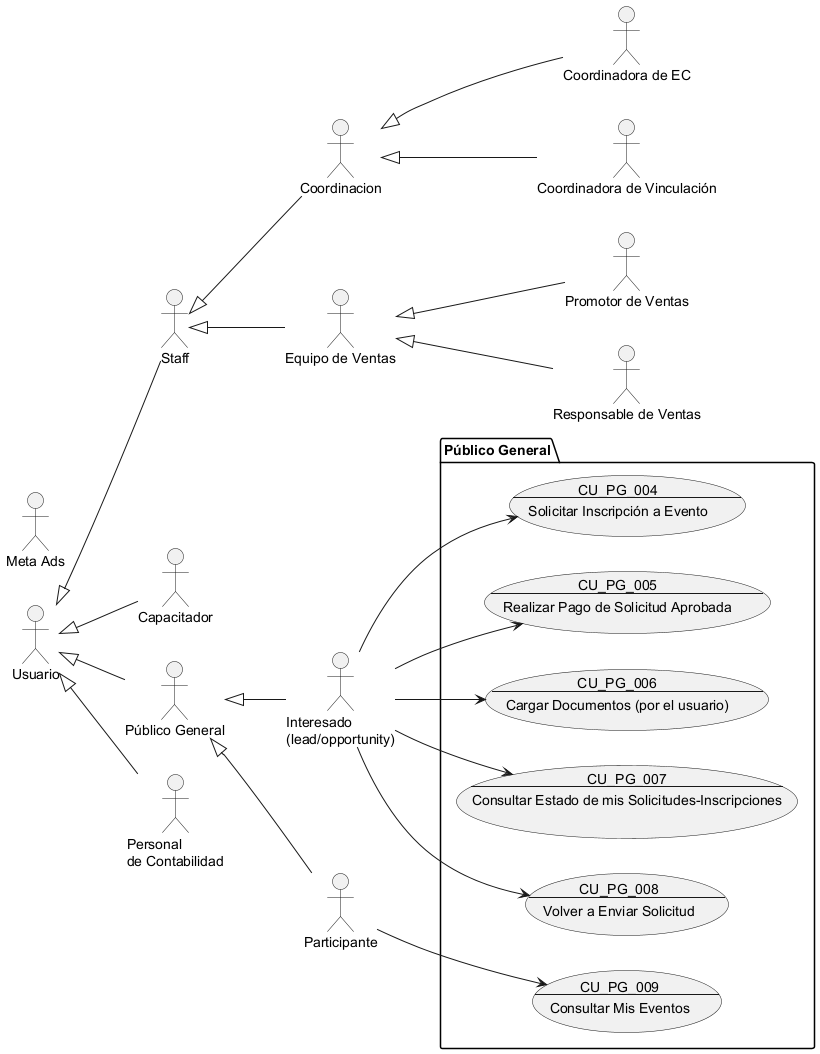
The PlantUML diagram Docs/Requerimientos/Diagramas/img/Público General.png in Proyectos-Vinculacion-FMAT/ECFCA, before a commit.
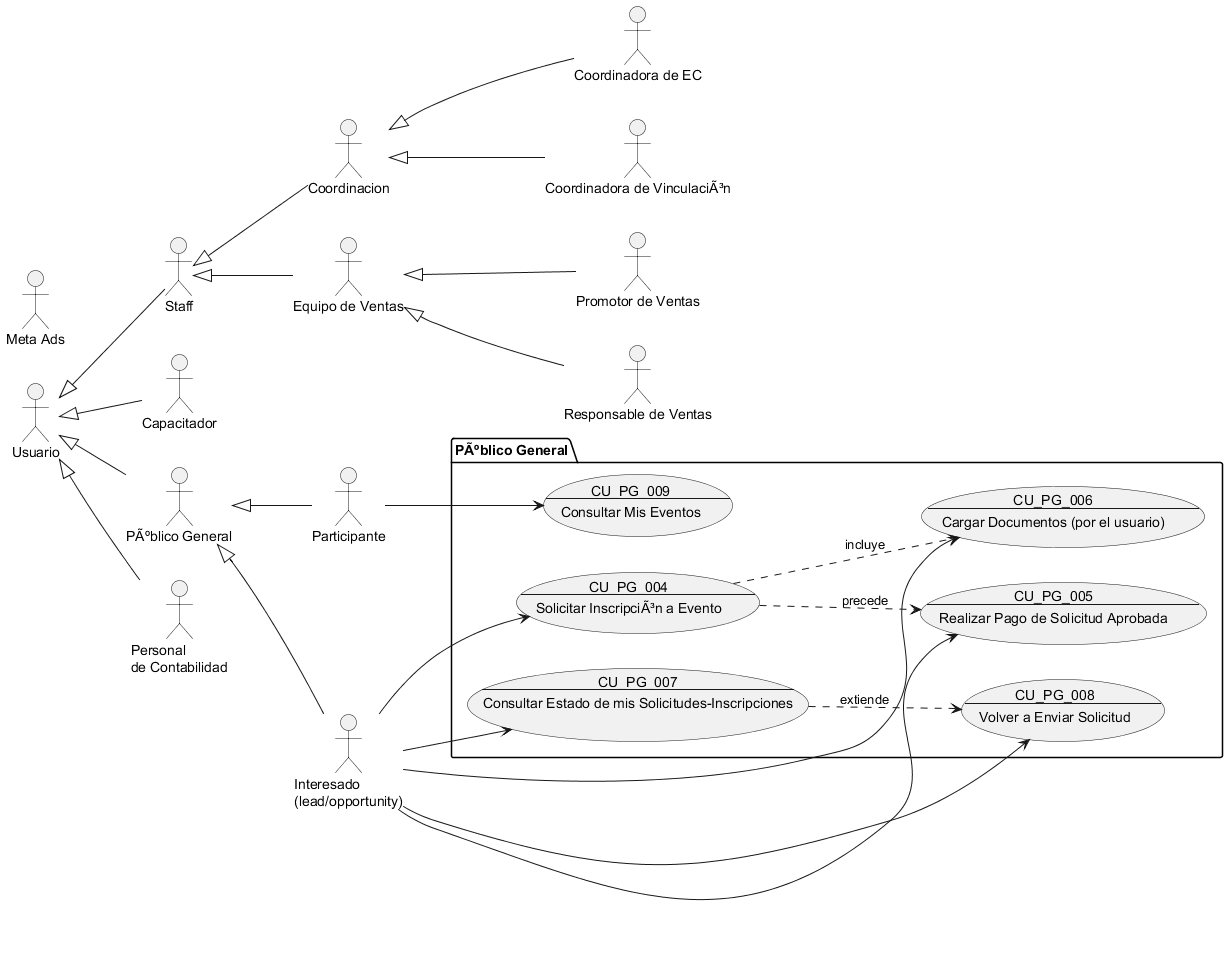
The same diagram one commit later.

What changed in the source:
```diff
@@ -1,17 +1,12 @@
-@startuml Público General
+@startuml PÃºblico General
 
 !include Actores.puml
 
-package "Público General" {
+package "PÃºblico General" {
     usecase CU_PG_004 as "
     CU_PG_004
     ---
-    Solicitar Inscripción a Evento
-    "
-    usecase CU_PG_005 as "
-    CU_PG_005
-    ---
-    Realizar Pago de Solicitud Aprobada
+    Solicitar InscripciÃ³n a Evento
     "
     usecase CU_PG_006 as "
     CU_PG_006
@@ -28,6 +23,12 @@
     ---
     Volver a Enviar Solicitud
     "
+    usecase CU_PG_005 as "
+    CU_PG_005
+    ---
+    Realizar Pago de Solicitud Aprobada
+    "
+
     usecase CU_PG_009 as "
     CU_PG_009
     ---
@@ -35,11 +36,16 @@
     "
 }
 
-Participante --> CU_PG_009
 Interesado --> CU_PG_004
-Interesado --> CU_PG_005
 Interesado --> CU_PG_006
 Interesado --> CU_PG_007
 Interesado --> CU_PG_008
+Interesado --> CU_PG_005
+
+Participante --> CU_PG_009
+
+CU_PG_004 ..> CU_PG_006 : incluye
+CU_PG_007 ..> CU_PG_008 : extiende
+CU_PG_004 ..> CU_PG_005 : precede
 
 @enduml
```
